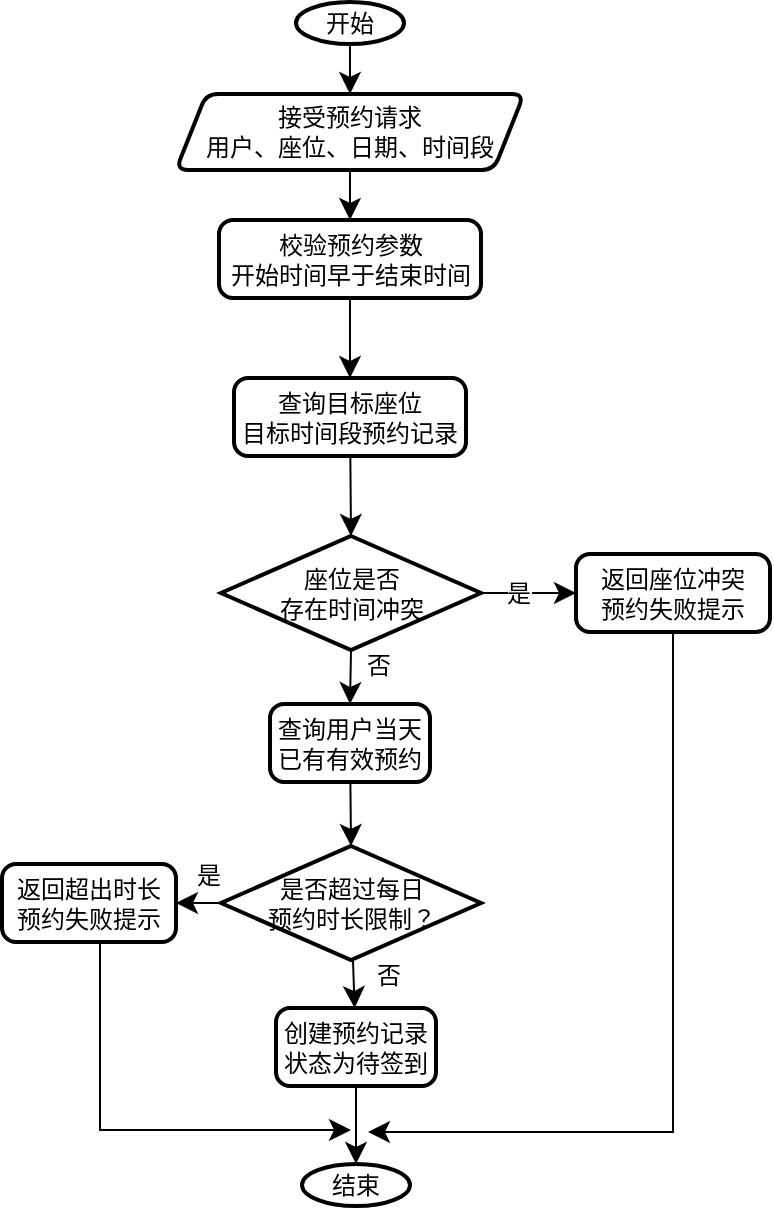
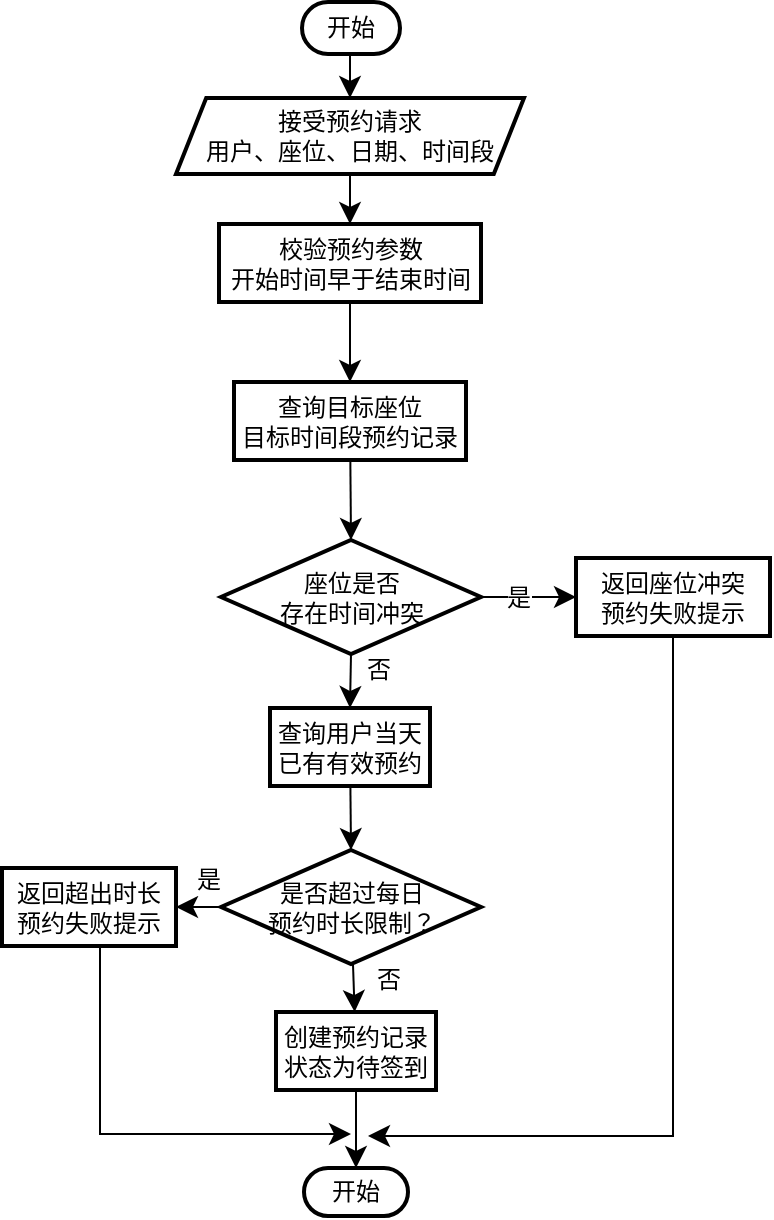
<mxfile host="app.diagrams.net">
  <diagram name="Page-1" id="qwYBO8hPlU43Gw1AjJj8">
-     <mxGraphModel dx="937" dy="1218" grid="0" gridSize="10" guides="1" tooltips="1" connect="1" arrows="1" fold="1" page="0" pageScale="1" pageWidth="827" pageHeight="1169" math="0" shadow="0">
+     <mxGraphModel dx="1264" dy="1011" grid="0" gridSize="10" guides="1" tooltips="1" connect="1" arrows="1" fold="1" page="0" pageScale="1" pageWidth="827" pageHeight="1169" math="0" shadow="0">
      <root>
        <mxCell id="0" />
        <mxCell id="1" parent="0" />
-         <mxCell id="QtGe2Qo70jRlfIRJAReY-14" edge="1" parent="1" source="QtGe2Qo70jRlfIRJAReY-2" style="edgeStyle=none;curved=1;rounded=0;orthogonalLoop=1;jettySize=auto;html=1;fontSize=12;startSize=8;endSize=8;" target="QtGe2Qo70jRlfIRJAReY-3">
-           <mxGeometry relative="1" as="geometry" />
-         </mxCell>
-         <mxCell id="QtGe2Qo70jRlfIRJAReY-2" parent="1" style="strokeWidth=2;html=1;shape=mxgraph.flowchart.start_1;whiteSpace=wrap;" value="开始" vertex="1">
-           <mxGeometry height="21" width="54" x="116" y="-105" as="geometry" />
+         <mxCell id="QtGe2Qo70jRlfIRJAReY-14" edge="1" parent="1" style="edgeStyle=none;curved=1;rounded=0;orthogonalLoop=1;jettySize=auto;html=1;fontSize=12;startSize=8;endSize=8;" target="QtGe2Qo70jRlfIRJAReY-3">
+           <mxGeometry relative="1" as="geometry">
+             <mxPoint x="143.00000000000023" y="-84" as="sourcePoint" />
+           </mxGeometry>
        </mxCell>
        <mxCell id="QtGe2Qo70jRlfIRJAReY-15" edge="1" parent="1" source="QtGe2Qo70jRlfIRJAReY-3" style="edgeStyle=none;curved=1;rounded=0;orthogonalLoop=1;jettySize=auto;html=1;fontSize=12;startSize=8;endSize=8;" target="QtGe2Qo70jRlfIRJAReY-4">
          <mxGeometry relative="1" as="geometry" />
        </mxCell>
-         <mxCell id="QtGe2Qo70jRlfIRJAReY-3" parent="1" style="shape=parallelogram;html=1;strokeWidth=2;perimeter=parallelogramPerimeter;whiteSpace=wrap;rounded=1;arcSize=12;size=0.08677685950413223;" value="接受预约请求&lt;div&gt;用户、座位、日期、时间段&lt;/div&gt;" vertex="1">
+         <mxCell id="QtGe2Qo70jRlfIRJAReY-3" parent="1" style="shape=parallelogram;html=1;strokeWidth=2;perimeter=parallelogramPerimeter;whiteSpace=wrap;rounded=1;arcSize=0;size=0.08677685950413223;" value="接受预约请求&lt;div&gt;用户、座位、日期、时间段&lt;/div&gt;" vertex="1">
          <mxGeometry height="38" width="174" x="56" y="-59" as="geometry" />
        </mxCell>
        <mxCell id="QtGe2Qo70jRlfIRJAReY-16" edge="1" parent="1" source="QtGe2Qo70jRlfIRJAReY-4" style="edgeStyle=none;curved=1;rounded=0;orthogonalLoop=1;jettySize=auto;html=1;fontSize=12;startSize=8;endSize=8;" target="QtGe2Qo70jRlfIRJAReY-6">
          <mxGeometry relative="1" as="geometry" />
        </mxCell>
-         <mxCell id="QtGe2Qo70jRlfIRJAReY-4" parent="1" style="rounded=1;whiteSpace=wrap;html=1;absoluteArcSize=1;arcSize=14;strokeWidth=2;" value="校验预约参数&lt;div&gt;开始时间早于结束时间&lt;/div&gt;" vertex="1">
+         <mxCell id="QtGe2Qo70jRlfIRJAReY-4" parent="1" style="rounded=1;whiteSpace=wrap;html=1;absoluteArcSize=1;arcSize=0;strokeWidth=2;" value="校验预约参数&lt;div&gt;开始时间早于结束时间&lt;/div&gt;" vertex="1">
          <mxGeometry height="39" width="131" x="77.5" y="4" as="geometry" />
        </mxCell>
-         <mxCell id="QtGe2Qo70jRlfIRJAReY-6" parent="1" style="rounded=1;whiteSpace=wrap;html=1;absoluteArcSize=1;arcSize=14;strokeWidth=2;" value="查询目标座位&lt;div&gt;目标时间段预约记录&lt;/div&gt;" vertex="1">
+         <mxCell id="QtGe2Qo70jRlfIRJAReY-6" parent="1" style="rounded=1;whiteSpace=wrap;html=1;absoluteArcSize=1;arcSize=0;strokeWidth=2;" value="查询目标座位&lt;div&gt;目标时间段预约记录&lt;/div&gt;" vertex="1">
          <mxGeometry height="39" width="116" x="85" y="83" as="geometry" />
        </mxCell>
        <mxCell id="QtGe2Qo70jRlfIRJAReY-18" edge="1" parent="1" source="QtGe2Qo70jRlfIRJAReY-7" style="edgeStyle=none;curved=1;rounded=0;orthogonalLoop=1;jettySize=auto;html=1;entryX=0;entryY=0.5;entryDx=0;entryDy=0;fontSize=12;startSize=8;endSize=8;" target="QtGe2Qo70jRlfIRJAReY-12">
          <mxGeometry relative="1" as="geometry" />
        </mxCell>
        <mxCell id="QtGe2Qo70jRlfIRJAReY-19" connectable="0" parent="QtGe2Qo70jRlfIRJAReY-18" style="edgeLabel;html=1;align=center;verticalAlign=middle;resizable=0;points=[];fontSize=12;" value="是" vertex="1">
          <mxGeometry relative="1" x="-0.4877" y="1" as="geometry">
            <mxPoint x="6" y="1" as="offset" />
          </mxGeometry>
        </mxCell>
        <mxCell id="QtGe2Qo70jRlfIRJAReY-21" edge="1" parent="1" source="QtGe2Qo70jRlfIRJAReY-7" style="edgeStyle=none;curved=1;rounded=0;orthogonalLoop=1;jettySize=auto;html=1;exitX=0.5;exitY=1;exitDx=0;exitDy=0;exitPerimeter=0;entryX=0.5;entryY=0;entryDx=0;entryDy=0;fontSize=12;startSize=8;endSize=8;" target="QtGe2Qo70jRlfIRJAReY-8">
          <mxGeometry relative="1" as="geometry" />
        </mxCell>
        <mxCell id="QtGe2Qo70jRlfIRJAReY-22" connectable="0" parent="QtGe2Qo70jRlfIRJAReY-21" style="edgeLabel;html=1;align=center;verticalAlign=middle;resizable=0;points=[];fontSize=12;" value="否" vertex="1">
          <mxGeometry relative="1" x="-0.3338" as="geometry">
            <mxPoint x="13" y="-1" as="offset" />
          </mxGeometry>
        </mxCell>
        <mxCell id="QtGe2Qo70jRlfIRJAReY-7" parent="1" style="strokeWidth=2;html=1;shape=mxgraph.flowchart.decision;whiteSpace=wrap;" value="座位是否&lt;div&gt;存在时间冲突&lt;/div&gt;" vertex="1">
          <mxGeometry height="57" width="130" x="78.5" y="162" as="geometry" />
        </mxCell>
-         <mxCell id="QtGe2Qo70jRlfIRJAReY-8" parent="1" style="rounded=1;whiteSpace=wrap;html=1;absoluteArcSize=1;arcSize=14;strokeWidth=2;" value="查询用户当天&lt;div&gt;已有有效预约&lt;/div&gt;" vertex="1">
+         <mxCell id="QtGe2Qo70jRlfIRJAReY-8" parent="1" style="rounded=1;whiteSpace=wrap;html=1;absoluteArcSize=1;arcSize=0;strokeWidth=2;" value="查询用户当天&lt;div&gt;已有有效预约&lt;/div&gt;" vertex="1">
          <mxGeometry height="39" width="80" x="103" y="246" as="geometry" />
        </mxCell>
        <mxCell id="QtGe2Qo70jRlfIRJAReY-24" edge="1" parent="1" source="QtGe2Qo70jRlfIRJAReY-9" style="edgeStyle=none;curved=1;rounded=0;orthogonalLoop=1;jettySize=auto;html=1;fontSize=12;startSize=8;endSize=8;" target="QtGe2Qo70jRlfIRJAReY-10">
          <mxGeometry relative="1" as="geometry" />
        </mxCell>
        <mxCell id="QtGe2Qo70jRlfIRJAReY-25" connectable="0" parent="QtGe2Qo70jRlfIRJAReY-24" style="edgeLabel;html=1;align=center;verticalAlign=middle;resizable=0;points=[];fontSize=12;" value="否" vertex="1">
          <mxGeometry relative="1" x="-0.4972" y="1" as="geometry">
            <mxPoint x="16" y="2" as="offset" />
          </mxGeometry>
        </mxCell>
        <mxCell id="QtGe2Qo70jRlfIRJAReY-26" edge="1" parent="1" source="QtGe2Qo70jRlfIRJAReY-9" style="edgeStyle=none;curved=1;rounded=0;orthogonalLoop=1;jettySize=auto;html=1;exitX=0;exitY=0.5;exitDx=0;exitDy=0;exitPerimeter=0;entryX=1;entryY=0.5;entryDx=0;entryDy=0;fontSize=12;startSize=8;endSize=8;" target="QtGe2Qo70jRlfIRJAReY-13">
          <mxGeometry relative="1" as="geometry" />
        </mxCell>
        <mxCell id="QtGe2Qo70jRlfIRJAReY-27" connectable="0" parent="QtGe2Qo70jRlfIRJAReY-26" style="edgeLabel;html=1;align=center;verticalAlign=middle;resizable=0;points=[];fontSize=12;" value="是" vertex="1">
          <mxGeometry relative="1" x="-0.3926" y="-1" as="geometry">
            <mxPoint y="-13" as="offset" />
          </mxGeometry>
        </mxCell>
        <mxCell id="QtGe2Qo70jRlfIRJAReY-9" parent="1" style="strokeWidth=2;html=1;shape=mxgraph.flowchart.decision;whiteSpace=wrap;" value="是否超过每日&lt;div&gt;预约时长限制？&lt;/div&gt;" vertex="1">
          <mxGeometry height="57" width="130" x="78.5" y="317" as="geometry" />
        </mxCell>
-         <mxCell id="QtGe2Qo70jRlfIRJAReY-30" edge="1" parent="1" source="QtGe2Qo70jRlfIRJAReY-10" style="edgeStyle=none;curved=1;rounded=0;orthogonalLoop=1;jettySize=auto;html=1;fontSize=12;startSize=8;endSize=8;" target="QtGe2Qo70jRlfIRJAReY-11">
-           <mxGeometry relative="1" as="geometry" />
+         <mxCell id="QtGe2Qo70jRlfIRJAReY-30" edge="1" parent="1" source="QtGe2Qo70jRlfIRJAReY-10" style="edgeStyle=none;curved=1;rounded=0;orthogonalLoop=1;jettySize=auto;html=1;fontSize=12;startSize=8;endSize=8;">
+           <mxGeometry relative="1" as="geometry">
+             <mxPoint x="146" y="476" as="targetPoint" />
+           </mxGeometry>
        </mxCell>
-         <mxCell id="QtGe2Qo70jRlfIRJAReY-10" parent="1" style="rounded=1;whiteSpace=wrap;html=1;absoluteArcSize=1;arcSize=14;strokeWidth=2;" value="创建预约记录&lt;div&gt;状态为待签到&lt;/div&gt;" vertex="1">
+         <mxCell id="QtGe2Qo70jRlfIRJAReY-10" parent="1" style="rounded=1;whiteSpace=wrap;html=1;absoluteArcSize=1;arcSize=0;strokeWidth=2;" value="创建预约记录&lt;div&gt;状态为待签到&lt;/div&gt;" vertex="1">
          <mxGeometry height="39" width="80" x="106" y="398" as="geometry" />
        </mxCell>
-         <mxCell id="QtGe2Qo70jRlfIRJAReY-11" parent="1" style="strokeWidth=2;html=1;shape=mxgraph.flowchart.start_1;whiteSpace=wrap;" value="结束" vertex="1">
-           <mxGeometry height="21" width="54" x="119" y="476" as="geometry" />
-         </mxCell>
-         <mxCell id="QtGe2Qo70jRlfIRJAReY-12" parent="1" style="rounded=1;whiteSpace=wrap;html=1;absoluteArcSize=1;arcSize=14;strokeWidth=2;" value="返回座位冲突&lt;div&gt;预约失败提示&lt;/div&gt;" vertex="1">
+         <mxCell id="QtGe2Qo70jRlfIRJAReY-12" parent="1" style="rounded=1;whiteSpace=wrap;html=1;absoluteArcSize=1;arcSize=0;strokeWidth=2;" value="返回座位冲突&lt;div&gt;预约失败提示&lt;/div&gt;" vertex="1">
          <mxGeometry height="39" width="97" x="256" y="171" as="geometry" />
        </mxCell>
-         <mxCell id="QtGe2Qo70jRlfIRJAReY-13" parent="1" style="rounded=1;whiteSpace=wrap;html=1;absoluteArcSize=1;arcSize=14;strokeWidth=2;" value="返回超出时长&lt;div&gt;预约失败提示&lt;/div&gt;" vertex="1">
+         <mxCell id="QtGe2Qo70jRlfIRJAReY-13" parent="1" style="rounded=1;whiteSpace=wrap;html=1;absoluteArcSize=1;arcSize=0;strokeWidth=2;" value="返回超出时长&lt;div&gt;预约失败提示&lt;/div&gt;" vertex="1">
          <mxGeometry height="39" width="87" x="-31" y="326" as="geometry" />
        </mxCell>
        <mxCell id="QtGe2Qo70jRlfIRJAReY-17" edge="1" parent="1" source="QtGe2Qo70jRlfIRJAReY-6" style="edgeStyle=none;curved=1;rounded=0;orthogonalLoop=1;jettySize=auto;html=1;entryX=0.5;entryY=0;entryDx=0;entryDy=0;entryPerimeter=0;fontSize=12;startSize=8;endSize=8;" target="QtGe2Qo70jRlfIRJAReY-7">
          <mxGeometry relative="1" as="geometry" />
        </mxCell>
        <mxCell id="QtGe2Qo70jRlfIRJAReY-23" edge="1" parent="1" source="QtGe2Qo70jRlfIRJAReY-8" style="edgeStyle=none;curved=1;rounded=0;orthogonalLoop=1;jettySize=auto;html=1;entryX=0.5;entryY=0;entryDx=0;entryDy=0;entryPerimeter=0;fontSize=12;startSize=8;endSize=8;" target="QtGe2Qo70jRlfIRJAReY-9">
          <mxGeometry relative="1" as="geometry" />
        </mxCell>
        <mxCell id="QtGe2Qo70jRlfIRJAReY-28" edge="1" parent="1" source="QtGe2Qo70jRlfIRJAReY-9" style="edgeStyle=none;curved=1;rounded=0;orthogonalLoop=1;jettySize=auto;html=1;exitX=0;exitY=0.5;exitDx=0;exitDy=0;exitPerimeter=0;fontSize=12;startSize=8;endSize=8;" target="QtGe2Qo70jRlfIRJAReY-9">
          <mxGeometry relative="1" as="geometry" />
        </mxCell>
        <mxCell id="ROJpah-YemKJXtrLzzKc-2" edge="1" parent="1" style="endArrow=classic;html=1;rounded=0;fontSize=12;startSize=8;endSize=8;exitX=0.5;exitY=1;exitDx=0;exitDy=0;edgeStyle=orthogonalEdgeStyle;" value="">
          <mxGeometry height="50" relative="1" width="50" as="geometry">
            <Array as="points">
              <mxPoint x="18" y="365" />
              <mxPoint x="18" y="459" />
            </Array>
            <mxPoint x="20" y="365" as="sourcePoint" />
            <mxPoint x="143.5" y="459" as="targetPoint" />
          </mxGeometry>
        </mxCell>
        <mxCell id="ROJpah-YemKJXtrLzzKc-3" edge="1" parent="1" source="QtGe2Qo70jRlfIRJAReY-12" style="endArrow=classic;html=1;rounded=0;fontSize=12;startSize=8;endSize=8;exitX=0.5;exitY=1;exitDx=0;exitDy=0;edgeStyle=orthogonalEdgeStyle;" value="">
          <mxGeometry height="50" relative="1" width="50" as="geometry">
            <Array as="points">
              <mxPoint x="305" y="460" />
            </Array>
            <mxPoint x="275" y="378" as="sourcePoint" />
            <mxPoint x="152" y="460" as="targetPoint" />
          </mxGeometry>
        </mxCell>
+         <mxCell id="mGHFFEVWMzF_yQzJiByj-1" parent="1" style="rounded=1;whiteSpace=wrap;html=1;arcSize=50;strokeWidth=2;" value="开始" vertex="1">
+           <mxGeometry height="26" width="49" x="119" y="-107" as="geometry" />
+         </mxCell>
+         <mxCell id="mGHFFEVWMzF_yQzJiByj-2" parent="1" style="rounded=1;whiteSpace=wrap;html=1;arcSize=50;strokeWidth=2;" value="开始" vertex="1">
+           <mxGeometry height="24" width="52" x="120" y="476" as="geometry" />
+         </mxCell>
      </root>
    </mxGraphModel>
  </diagram>
</mxfile>
